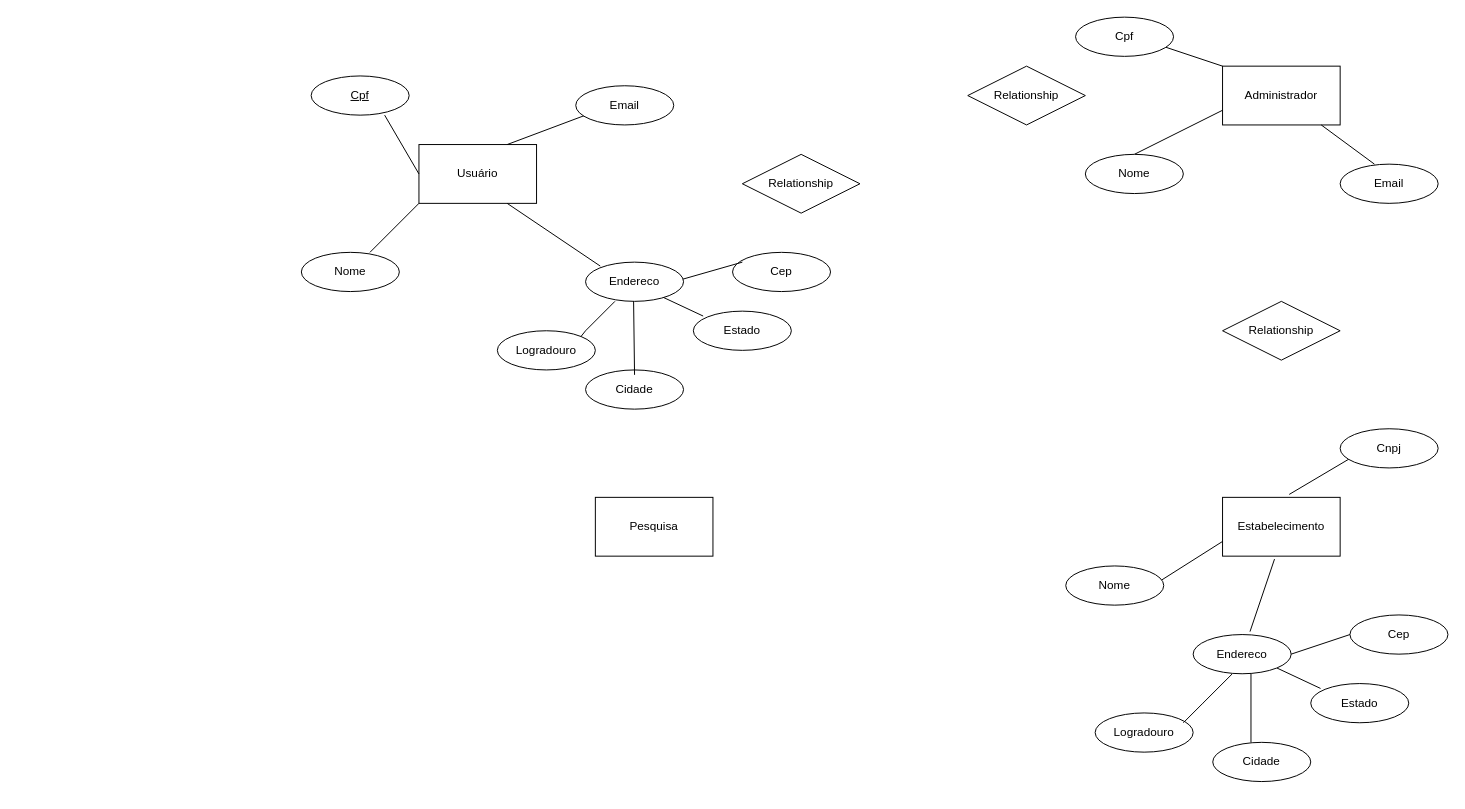
Earlier version of the draw.io diagram docs/img/Diagrama sem nome.drawio (ICEI-PUC-Minas-PMV-ADS/pmv-ads-2024-1-e3-proj-mov-t4-fuel). Source tidied: cells renumbered, new cells numbered last; positions are measured from the earlier drawing's top-left corner, leaving out a move shared by most shapes. Both pictures are drawn from the tidied source at 98%, with x=0, y=0 at pixel (301, 17).
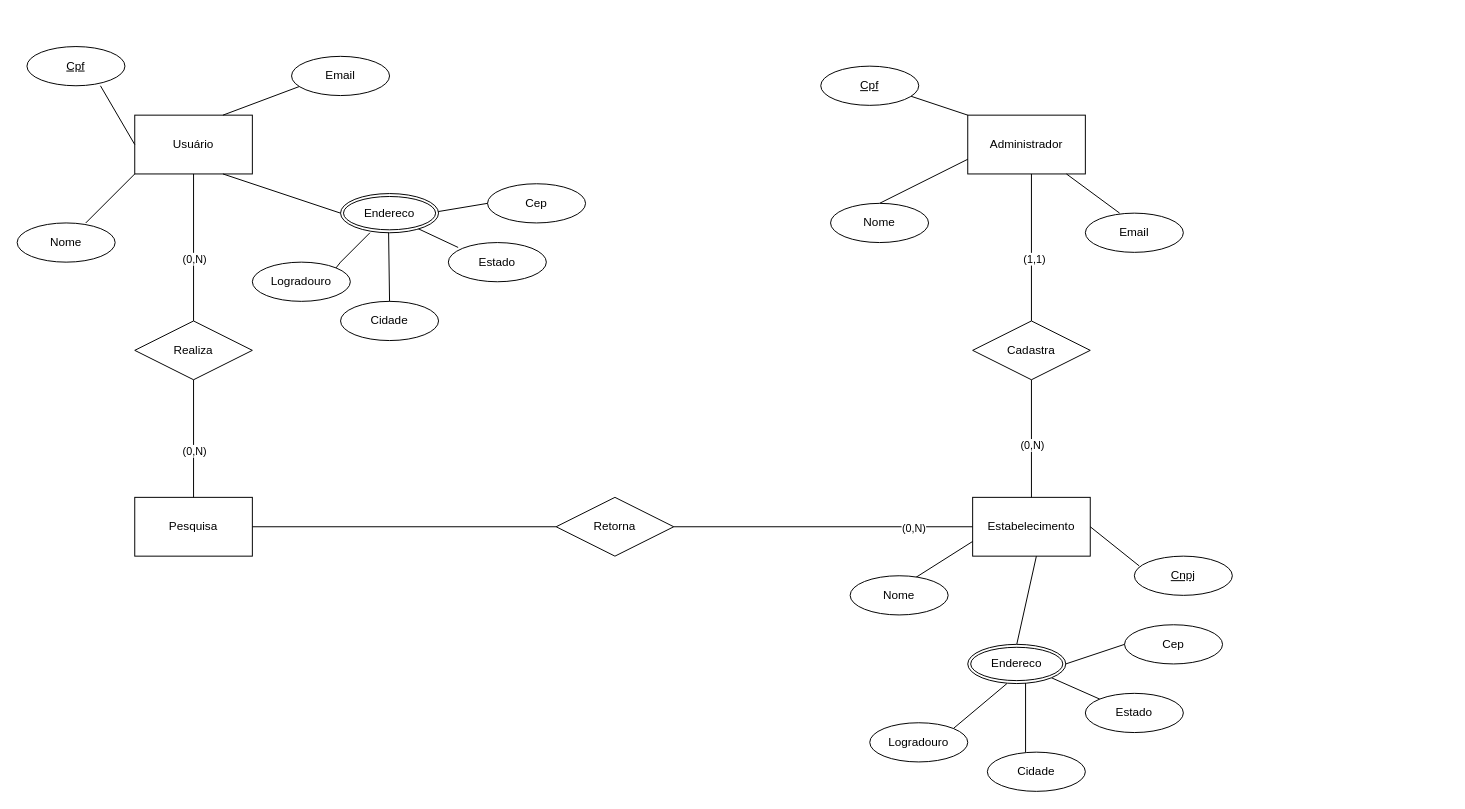
The same page after the edit.

Commit message:
Actualizar Diagrama ER Fuel+.drawio

The edit, as a diff of the source:
```diff
@@
     <mxCell id="2" value="Usuário" style="rounded=0;whiteSpace=wrap;html=1;" parent="1" vertex="1">
-      <mxGeometry x="120" y="130" width="120" height="60" as="geometry" />
+      <mxGeometry x="-170" y="100" width="120" height="60" as="geometry" />
     </mxCell>
     <mxCell id="3" value="Pesquisa" style="rounded=0;whiteSpace=wrap;html=1;" parent="1" vertex="1">
-      <mxGeometry x="300" y="490" width="120" height="60" as="geometry" />
+      <mxGeometry x="-170" y="490" width="120" height="60" as="geometry" />
     </mxCell>
     <mxCell id="4" value="Administrador" style="rounded=0;whiteSpace=wrap;html=1;" parent="1" vertex="1">
-      <mxGeometry x="940" y="50" width="120" height="60" as="geometry" />
+      <mxGeometry x="680" y="100" width="120" height="60" as="geometry" />
     </mxCell>
     <mxCell id="5" value="Estabelecimento" style="rounded=0;whiteSpace=wrap;html=1;" parent="1" vertex="1">
-      <mxGeometry x="940" y="490" width="120" height="60" as="geometry" />
+      <mxGeometry x="685" y="490" width="120" height="60" as="geometry" />
     </mxCell>
     <mxCell id="6" style="endArrow=none;html=1;rounded=0;" parent="1" edge="1">
       <mxGeometry relative="1" as="geometry">
-        <mxPoint x="70" y="240" as="sourcePoint" />
-        <mxPoint x="120" y="190" as="targetPoint" />
+        <mxPoint x="-220" y="210" as="sourcePoint" />
+        <mxPoint x="-170" y="160" as="targetPoint" />
       </mxGeometry>
     </mxCell>
     <mxCell id="7" style="endArrow=none;html=1;rounded=0;" parent="1" edge="1">
       <mxGeometry relative="1" as="geometry">
-        <mxPoint x="210" y="130" as="sourcePoint" />
-        <mxPoint x="290" y="100" as="targetPoint" />
+        <mxPoint x="-80" y="100" as="sourcePoint" />
+        <mxPoint y="70" as="targetPoint" />
         <Array as="points">
-          <mxPoint x="210" y="130" />
+          <mxPoint x="-80" y="100" />
         </Array>
       </mxGeometry>
     </mxCell>
-    <mxCell id="8" style="endArrow=none;html=1;rounded=0;exitX=0.25;exitY=0.1;exitDx=0;exitDy=0;exitPerimeter=0;entryX=0.75;entryY=1;entryDx=0;entryDy=0;" parent="1" edge="1" target="2">
+    <mxCell id="8" style="endArrow=none;html=1;rounded=0;exitX=0;exitY=0.5;exitDx=0;exitDy=0;entryX=0.75;entryY=1;entryDx=0;entryDy=0;" parent="1" edge="1" target="2">
       <mxGeometry relative="1" as="geometry">
-        <mxPoint x="305" y="254" as="sourcePoint" />
+        <mxPoint x="40" y="200" as="sourcePoint" />
       </mxGeometry>
     </mxCell>
     <mxCell id="9" style="endArrow=none;html=1;rounded=0;" parent="1" edge="1" target="4">
       <mxGeometry relative="1" as="geometry">
-        <mxPoint x="1095" y="150" as="sourcePoint" />
+        <mxPoint x="835" y="200" as="sourcePoint" />
       </mxGeometry>
     </mxCell>
     <mxCell id="10" style="endArrow=none;html=1;rounded=0;entryX=0.5;entryY=1;entryDx=0;entryDy=0;exitX=0;exitY=0;exitDx=0;exitDy=0;" parent="1" edge="1" source="4">
       <mxGeometry relative="1" as="geometry">
-        <mxPoint x="880" y="30" as="targetPoint" />
+        <mxPoint x="620" y="80" as="targetPoint" />
       </mxGeometry>
     </mxCell>
     <mxCell id="11" style="endArrow=none;html=1;rounded=0;entryX=0;entryY=0.75;entryDx=0;entryDy=0;" parent="1" edge="1" target="4">
       <mxGeometry relative="1" as="geometry">
-        <mxPoint x="850" y="140" as="sourcePoint" />
+        <mxPoint x="590" y="190" as="sourcePoint" />
       </mxGeometry>
     </mxCell>
-    <mxCell id="12" value="Relationship" style="shape=rhombus;perimeter=rhombusPerimeter;whiteSpace=wrap;html=1;align=center;" parent="1" vertex="1">
-      <mxGeometry x="450" y="140" width="120" height="60" as="geometry" />
+    <mxCell id="12" value="Realiza" style="shape=rhombus;perimeter=rhombusPerimeter;whiteSpace=wrap;html=1;align=center;" parent="1" vertex="1">
+      <mxGeometry x="-170" y="310" width="120" height="60" as="geometry" />
     </mxCell>
-    <mxCell id="13" value="Relationship" style="shape=rhombus;perimeter=rhombusPerimeter;whiteSpace=wrap;html=1;align=center;" parent="1" vertex="1">
-      <mxGeometry x="940" y="290" width="120" height="60" as="geometry" />
+    <mxCell id="13" value="Cadastra" style="shape=rhombus;perimeter=rhombusPerimeter;whiteSpace=wrap;html=1;align=center;" parent="1" vertex="1">
+      <mxGeometry x="685" y="310" width="120" height="60" as="geometry" />
     </mxCell>
-    <mxCell id="14" value="Relationship" style="shape=rhombus;perimeter=rhombusPerimeter;whiteSpace=wrap;html=1;align=center;" parent="1" vertex="1">
-      <mxGeometry x="680" y="50" width="120" height="60" as="geometry" />
+    <mxCell id="14" value="Retorna" style="shape=rhombus;perimeter=rhombusPerimeter;whiteSpace=wrap;html=1;align=center;" parent="1" vertex="1">
+      <mxGeometry x="260" y="490" width="120" height="60" as="geometry" />
     </mxCell>
     <mxCell id="15" value="Cpf" style="ellipse;whiteSpace=wrap;html=1;align=center;fontStyle=4;" parent="1" vertex="1">
-      <mxGeometry x="10" y="60" width="100" height="40" as="geometry" />
+      <mxGeometry x="-280" y="30" width="100" height="40" as="geometry" />
     </mxCell>
     <mxCell id="16" value="Logradouro" style="ellipse;whiteSpace=wrap;html=1;align=center;" parent="1" vertex="1">
-      <mxGeometry x="200" y="320" width="100" height="40" as="geometry" />
+      <mxGeometry x="-50" y="250" width="100" height="40" as="geometry" />
     </mxCell>
     <mxCell id="17" value="Estado" style="ellipse;whiteSpace=wrap;html=1;align=center;" parent="1" vertex="1">
-      <mxGeometry x="400" y="300" width="100" height="40" as="geometry" />
+      <mxGeometry x="150" y="230" width="100" height="40" as="geometry" />
     </mxCell>
     <mxCell id="18" value="Cidade" style="ellipse;whiteSpace=wrap;html=1;align=center;" parent="1" vertex="1">
-      <mxGeometry x="290" y="360" width="100" height="40" as="geometry" />
+      <mxGeometry x="40" y="290" width="100" height="40" as="geometry" />
     </mxCell>
     <mxCell id="19" value="Cep" style="ellipse;whiteSpace=wrap;html=1;align=center;" parent="1" vertex="1">
-      <mxGeometry x="440" y="240" width="100" height="40" as="geometry" />
+      <mxGeometry x="190" y="170" width="100" height="40" as="geometry" />
     </mxCell>
     <mxCell id="20" style="endArrow=none;html=1;rounded=0;exitX=1;exitY=0;exitDx=0;exitDy=0;" parent="1" edge="1" source="16">
       <mxGeometry relative="1" as="geometry">
-        <mxPoint x="320" y="290" as="targetPoint" />
+        <mxPoint x="70" y="220" as="targetPoint" />
         <Array as="points">
-          <mxPoint x="290" y="320" />
+          <mxPoint x="40" y="250" />
         </Array>
       </mxGeometry>
     </mxCell>
-    <mxCell id="21" style="endArrow=none;html=1;rounded=0;entryX=0.59;entryY=0.95;entryDx=0;entryDy=0;entryPerimeter=0;" parent="1" edge="1">
+    <mxCell id="21" style="endArrow=none;html=1;rounded=0;entryX=0.59;entryY=0.95;entryDx=0;entryDy=0;entryPerimeter=0;exitX=0.5;exitY=0;exitDx=0;exitDy=0;" parent="1" edge="1" source="18">
       <mxGeometry relative="1" as="geometry">
-        <mxPoint x="340" y="365" as="sourcePoint" />
-        <mxPoint x="339" y="288" as="targetPoint" />
+        <mxPoint x="89" y="218" as="targetPoint" />
       </mxGeometry>
     </mxCell>
     <mxCell id="22" style="endArrow=none;html=1;rounded=0;exitX=0;exitY=0.5;exitDx=0;exitDy=0;" parent="1" edge="1" source="2">
       <mxGeometry relative="1" as="geometry">
-        <mxPoint x="85" y="100" as="targetPoint" />
+        <mxPoint x="-205" y="70" as="targetPoint" />
       </mxGeometry>
     </mxCell>
     <mxCell id="23" style="endArrow=none;html=1;rounded=0;exitX=1;exitY=1;exitDx=0;exitDy=0;" parent="1" edge="1">
       <mxGeometry relative="1" as="geometry">
-        <mxPoint x="365.4" y="284.1" as="sourcePoint" />
-        <mxPoint x="410" y="305" as="targetPoint" />
+        <mxPoint x="115.4" y="214.1" as="sourcePoint" />
+        <mxPoint x="160" y="235" as="targetPoint" />
       </mxGeometry>
     </mxCell>
-    <mxCell id="24" style="endArrow=none;html=1;rounded=0;exitX=1;exitY=0.5;exitDx=0;exitDy=0;" parent="1" edge="1">
+    <mxCell id="24" style="endArrow=none;html=1;rounded=0;exitX=1;exitY=0.5;exitDx=0;exitDy=0;entryX=0;entryY=0.5;entryDx=0;entryDy=0;" parent="1" edge="1" target="19">
       <mxGeometry relative="1" as="geometry">
-        <mxPoint x="380" y="270" as="sourcePoint" />
-        <mxPoint x="450" y="250" as="targetPoint" />
+        <mxPoint x="130" y="200" as="sourcePoint" />
       </mxGeometry>
     </mxCell>
     <mxCell id="25" value="Email" style="ellipse;whiteSpace=wrap;html=1;align=center;" parent="1" vertex="1">
-      <mxGeometry x="280" y="70" width="100" height="40" as="geometry" />
+      <mxGeometry x="-10" y="40" width="100" height="40" as="geometry" />
     </mxCell>
     <mxCell id="26" value="Nome" style="ellipse;whiteSpace=wrap;html=1;align=center;" parent="1" vertex="1">
-      <mxGeometry y="240" width="100" height="40" as="geometry" />
+      <mxGeometry x="-290" y="210" width="100" height="40" as="geometry" />
     </mxCell>
-    <mxCell id="27" value="Endereco" style="ellipse;whiteSpace=wrap;html=1;align=center;" parent="1" vertex="1">
-      <mxGeometry x="290" y="250" width="100" height="40" as="geometry" />
-    </mxCell>
     <mxCell id="28" value="Nome" style="ellipse;whiteSpace=wrap;html=1;align=center;" parent="1" vertex="1">
-      <mxGeometry x="800" y="140" width="100" height="40" as="geometry" />
+      <mxGeometry x="540" y="190" width="100" height="40" as="geometry" />
     </mxCell>
-    <mxCell id="29" value="Cpf" style="ellipse;whiteSpace=wrap;html=1;align=center;" parent="1" vertex="1">
-      <mxGeometry x="790" width="100" height="40" as="geometry" />
-    </mxCell>
     <mxCell id="30" value="Logradouro" style="ellipse;whiteSpace=wrap;html=1;align=center;" parent="1" vertex="1">
-      <mxGeometry x="810" y="710" width="100" height="40" as="geometry" />
+      <mxGeometry x="580" y="720" width="100" height="40" as="geometry" />
     </mxCell>
     <mxCell id="31" value="Email" style="ellipse;whiteSpace=wrap;html=1;align=center;" parent="1" vertex="1">
-      <mxGeometry x="1060" y="150" width="100" height="40" as="geometry" />
+      <mxGeometry x="800" y="200" width="100" height="40" as="geometry" />
     </mxCell>
     <mxCell id="32" value="Estado" style="ellipse;whiteSpace=wrap;html=1;align=center;" parent="1" vertex="1">
-      <mxGeometry x="1030" y="680" width="100" height="40" as="geometry" />
+      <mxGeometry x="800" y="690" width="100" height="40" as="geometry" />
     </mxCell>
     <mxCell id="33" value="Cidade" style="ellipse;whiteSpace=wrap;html=1;align=center;" parent="1" vertex="1">
-      <mxGeometry x="930" y="740" width="100" height="40" as="geometry" />
+      <mxGeometry x="700" y="750" width="100" height="40" as="geometry" />
     </mxCell>
-    <mxCell id="34" style="endArrow=none;html=1;rounded=0;" parent="1" edge="1">
+    <mxCell id="34" style="endArrow=none;html=1;rounded=0;exitX=1;exitY=0;exitDx=0;exitDy=0;" parent="1" edge="1" source="30">
       <mxGeometry relative="1" as="geometry">
-        <mxPoint x="900" y="720" as="sourcePoint" />
-        <mxPoint x="950" y="670" as="targetPoint" />
-        <Array as="points">
-          <mxPoint x="920" y="700" />
-        </Array>
+        <mxPoint x="720" y="680" as="targetPoint" />
       </mxGeometry>
     </mxCell>
     <mxCell id="35" style="endArrow=none;html=1;rounded=0;entryX=0.59;entryY=0.95;entryDx=0;entryDy=0;entryPerimeter=0;" parent="1" edge="1">
       <mxGeometry relative="1" as="geometry">
-        <mxPoint x="969" y="740" as="sourcePoint" />
-        <mxPoint x="969" y="668" as="targetPoint" />
+        <mxPoint x="739" y="750" as="sourcePoint" />
+        <mxPoint x="739" y="678" as="targetPoint" />
       </mxGeometry>
     </mxCell>
-    <mxCell id="36" style="endArrow=none;html=1;rounded=0;exitX=1;exitY=1;exitDx=0;exitDy=0;" parent="1" edge="1">
+    <mxCell id="36" style="endArrow=none;html=1;rounded=0;exitX=1;exitY=1;exitDx=0;exitDy=0;entryX=0;entryY=0;entryDx=0;entryDy=0;" parent="1" edge="1" target="32">
       <mxGeometry relative="1" as="geometry">
-        <mxPoint x="995.4" y="664.1" as="sourcePoint" />
-        <mxPoint x="1040" y="685" as="targetPoint" />
+        <mxPoint x="765.4" y="674.1" as="sourcePoint" />
       </mxGeometry>
     </mxCell>
-    <mxCell id="37" style="endArrow=none;html=1;rounded=0;exitX=0.58;exitY=-0.075;exitDx=0;exitDy=0;entryX=0.442;entryY=1.05;entryDx=0;entryDy=0;exitPerimeter=0;entryPerimeter=0;" parent="1" edge="1" source="38" target="5">
+    <mxCell id="37" style="endArrow=none;html=1;rounded=0;exitX=0.5;exitY=0;exitDx=0;exitDy=0;entryX=0.542;entryY=1;entryDx=0;entryDy=0;entryPerimeter=0;" parent="1" edge="1" source="57" target="5">
       <mxGeometry relative="1" as="geometry" />
     </mxCell>
-    <mxCell id="38" value="Endereco" style="ellipse;whiteSpace=wrap;html=1;align=center;" parent="1" vertex="1">
-      <mxGeometry x="910" y="630" width="100" height="40" as="geometry" />
-    </mxCell>
     <mxCell id="39" value="Cep" style="ellipse;whiteSpace=wrap;html=1;align=center;" parent="1" vertex="1">
-      <mxGeometry x="1070" y="610" width="100" height="40" as="geometry" />
+      <mxGeometry x="840" y="620" width="100" height="40" as="geometry" />
     </mxCell>
-    <mxCell id="40" style="endArrow=none;html=1;rounded=0;exitX=1;exitY=0.5;exitDx=0;exitDy=0;entryX=0;entryY=0.5;entryDx=0;entryDy=0;" parent="1" edge="1" source="38" target="39">
-      <mxGeometry relative="1" as="geometry" />
+    <mxCell id="40" style="endArrow=none;html=1;rounded=0;exitX=1;exitY=0.5;exitDx=0;exitDy=0;entryX=0;entryY=0.5;entryDx=0;entryDy=0;" parent="1" edge="1">
+      <mxGeometry relative="1" as="geometry">
+        <mxPoint x="780" y="660" as="sourcePoint" />
+        <mxPoint x="840" y="640" as="targetPoint" />
+      </mxGeometry>
     </mxCell>
-    <mxCell id="41" style="endArrow=none;html=1;rounded=0;entryX=0.09;entryY=0.875;entryDx=0;entryDy=0;entryPerimeter=0;exitX=0.567;exitY=-0.05;exitDx=0;exitDy=0;exitPerimeter=0;" parent="1" edge="1" source="5">
-      <mxGeometry relative="1" as="geometry">
-        <mxPoint x="1079" y="445" as="targetPoint" />
-      </mxGeometry>
+    <mxCell id="41" style="endArrow=none;html=1;rounded=0;exitX=1;exitY=0.5;exitDx=0;exitDy=0;entryX=0.05;entryY=0.25;entryDx=0;entryDy=0;entryPerimeter=0;" parent="1" edge="1" source="5" target="44">
+      <mxGeometry relative="1" as="geometry" />
     </mxCell>
     <mxCell id="42" style="endArrow=none;html=1;rounded=0;exitX=1;exitY=0;exitDx=0;exitDy=0;entryX=0;entryY=0.75;entryDx=0;entryDy=0;" parent="1" edge="1" target="5">
       <mxGeometry relative="1" as="geometry">
-        <mxPoint x="875.4" y="575.9" as="sourcePoint" />
+        <mxPoint x="620.4" y="575.9" as="sourcePoint" />
       </mxGeometry>
     </mxCell>
     <mxCell id="43" value="Nome" style="ellipse;whiteSpace=wrap;html=1;align=center;" parent="1" vertex="1">
-      <mxGeometry x="780" y="560" width="100" height="40" as="geometry" />
+      <mxGeometry x="560" y="570" width="100" height="40" as="geometry" />
     </mxCell>
+    <mxCell id="45" style="endArrow=none;html=1;rounded=0;exitX=0.5;exitY=0;exitDx=0;exitDy=0;" parent="1" edge="1" source="13">
+      <mxGeometry relative="1" as="geometry">
+        <mxPoint x="745" y="160" as="targetPoint" />
+      </mxGeometry>
+    </mxCell>
+    <mxCell id="46" value="(1,1)" style="edgeLabel;html=1;align=center;verticalAlign=middle;" parent="45" vertex="1">
+      <mxGeometry x="-0.15" y="-2" relative="1" as="geometry" />
+    </mxCell>
+    <mxCell id="47" style="endArrow=none;html=1;rounded=0;exitX=0.5;exitY=0;exitDx=0;exitDy=0;" parent="1" edge="1" source="5">
+      <mxGeometry relative="1" as="geometry">
+        <mxPoint x="745" y="370" as="targetPoint" />
+      </mxGeometry>
+    </mxCell>
+    <mxCell id="48" value="(0,N)" style="edgeLabel;html=1;align=center;verticalAlign=middle;" parent="47" vertex="1">
+      <mxGeometry x="-0.1" relative="1" as="geometry" />
+    </mxCell>
+    <mxCell id="49" style="endArrow=none;html=1;rounded=0;entryX=0.5;entryY=1;entryDx=0;entryDy=0;exitX=0.5;exitY=0;exitDx=0;exitDy=0;" parent="1" edge="1" source="3" target="12">
+      <mxGeometry relative="1" as="geometry" />
+    </mxCell>
+    <mxCell id="50" value="(0,N)" style="edgeLabel;html=1;align=center;verticalAlign=middle;" parent="49" vertex="1">
+      <mxGeometry x="-0.2" relative="1" as="geometry" />
+    </mxCell>
+    <mxCell id="51" style="endArrow=none;html=1;rounded=0;" parent="1" edge="1" target="2">
+      <mxGeometry relative="1" as="geometry">
+        <mxPoint x="-110" y="310" as="sourcePoint" />
+      </mxGeometry>
+    </mxCell>
+    <mxCell id="52" value="(0,N)" style="edgeLabel;html=1;align=center;verticalAlign=middle;" parent="51" vertex="1">
+      <mxGeometry x="-0.15" relative="1" as="geometry" />
+    </mxCell>
+    <mxCell id="53" style="endArrow=none;html=1;rounded=0;entryX=0;entryY=0.5;entryDx=0;entryDy=0;" parent="1" edge="1" target="5">
+      <mxGeometry relative="1" as="geometry">
+        <mxPoint x="380" y="520" as="sourcePoint" />
+      </mxGeometry>
+    </mxCell>
+    <mxCell id="54" value="(0,N)" style="edgeLabel;html=1;align=center;verticalAlign=middle;" parent="53" vertex="1">
+      <mxGeometry x="0.6" y="-1" relative="1" as="geometry" />
+    </mxCell>
+    <mxCell id="55" style="endArrow=none;html=1;rounded=0;exitX=1;exitY=0.5;exitDx=0;exitDy=0;" parent="1" edge="1" source="3">
+      <mxGeometry relative="1" as="geometry">
+        <mxPoint x="260" y="520" as="targetPoint" />
+      </mxGeometry>
+    </mxCell>
+    <mxCell id="56" value="Endereco" style="ellipse;shape=doubleEllipse;margin=3;whiteSpace=wrap;html=1;align=center;" parent="1" vertex="1">
+      <mxGeometry x="40" y="180" width="100" height="40" as="geometry" />
+    </mxCell>
+    <mxCell id="57" value="Endereco" style="ellipse;shape=doubleEllipse;margin=3;whiteSpace=wrap;html=1;align=center;" parent="1" vertex="1">
+      <mxGeometry x="680" y="640" width="100" height="40" as="geometry" />
+    </mxCell>
-    <mxCell id="44" value="Cnpj" style="ellipse;whiteSpace=wrap;html=1;align=center;" parent="1" vertex="1">
-      <mxGeometry x="1060" y="420" width="100" height="40" as="geometry" />
+    <mxCell id="44" value="Cnpj" style="ellipse;whiteSpace=wrap;html=1;align=center;fontStyle=4;" parent="1" vertex="1">
+      <mxGeometry x="850" y="550" width="100" height="40" as="geometry" />
     </mxCell>
+    <mxCell id="29" value="Cpf" style="ellipse;whiteSpace=wrap;html=1;align=center;fontStyle=4;" parent="1" vertex="1">
+      <mxGeometry x="530" y="50" width="100" height="40" as="geometry" />
+    </mxCell>
```
